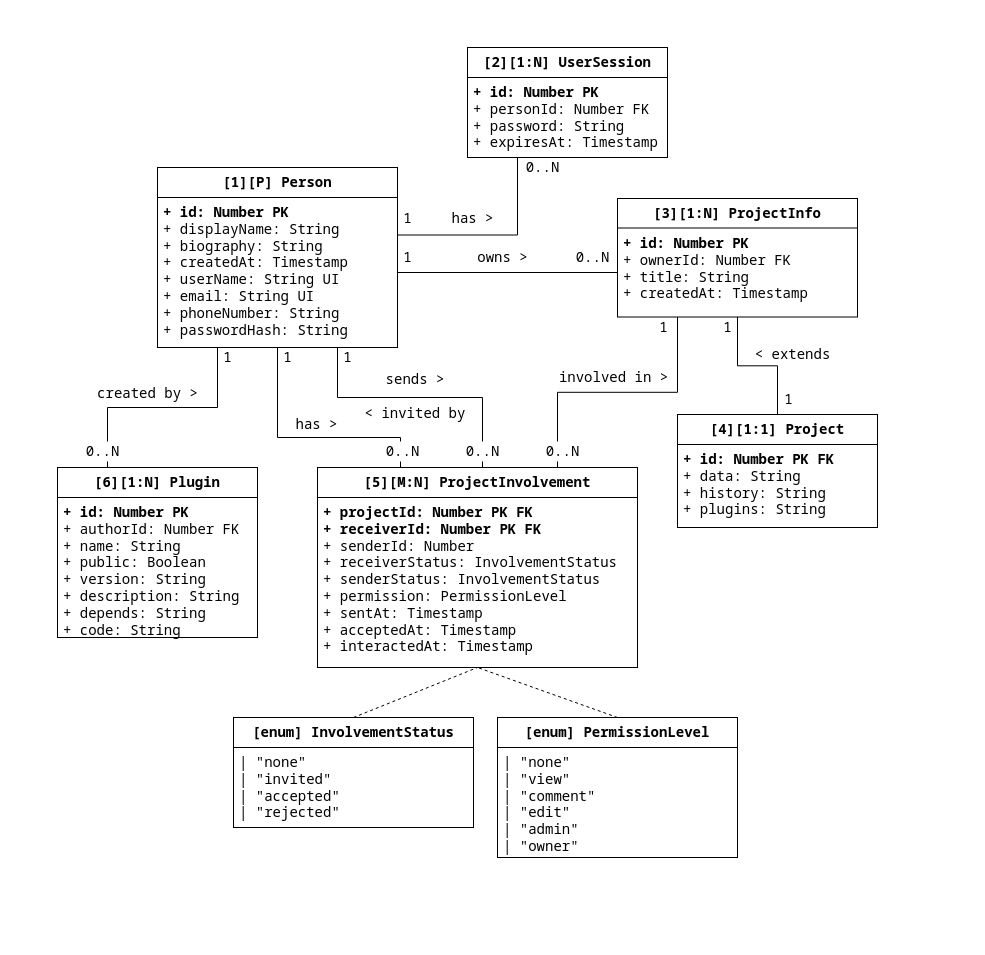
This is page "Relational" (1 of 2) of science-vis/datamodel.drawio from dmitriynaumov1024/proj, a draw.io file, before an edit. Source tidied: cells renumbered, new cells numbered last; positions are measured from the earlier drawing's top-left corner, leaving out a move shared by most shapes. Both pictures are drawn from the tidied source at 100%, with x=0, y=0 at pixel (57, 47).
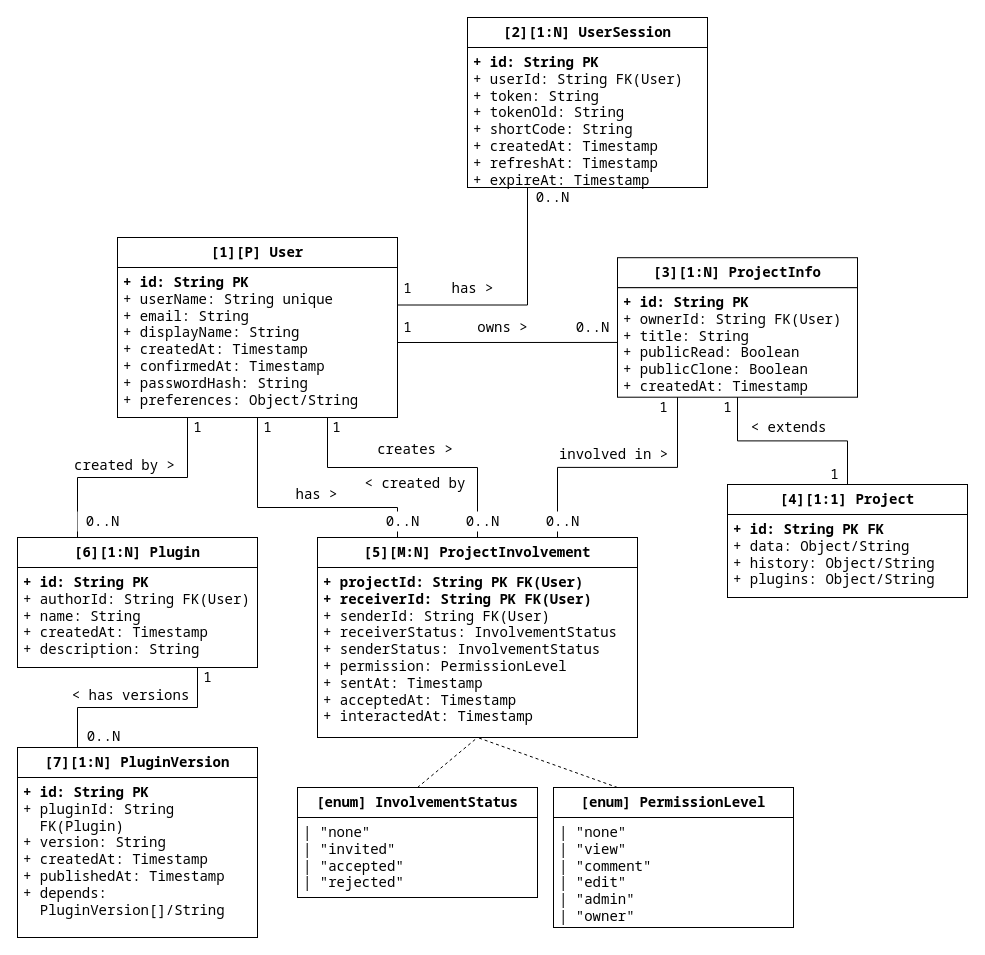
After the change.

What changed in the source:
```diff
@@
-    <mxCell id="2" value="[1][P] Person" style="rounded=0;whiteSpace=wrap;html=1;fontFamily=Noto Sans Mono;fontSize=14;fontStyle=1;" parent="1" vertex="1">
-      <mxGeometry x="100" y="120" width="240" height="30" as="geometry" />
+    <mxCell id="2" value="[1][P] User" style="rounded=0;whiteSpace=wrap;html=1;fontFamily=Noto Sans Mono;fontSize=14;fontStyle=1;" parent="1" vertex="1">
+      <mxGeometry x="60" y="190" width="280" height="30" as="geometry" />
     </mxCell>
     <mxCell id="3" value="[3][1:N] ProjectInfo" style="rounded=0;whiteSpace=wrap;html=1;fontFamily=Noto Sans Mono;fontSize=14;fontStyle=1;" parent="1" vertex="1">
-      <mxGeometry x="560" y="151" width="240" height="30" as="geometry" />
+      <mxGeometry x="560" y="210.2" width="240" height="30" as="geometry" />
     </mxCell>
@@
-    <mxCell id="5" style="edgeStyle=orthogonalEdgeStyle;rounded=0;jettySize=auto;html=1;exitX=1;exitY=0.25;exitDx=0;exitDy=0;entryX=0.25;entryY=1;entryDx=0;entryDy=0;endArrow=none;endFill=0;" parent="1" edge="1" source="6" target="30">
+    <mxCell id="5" style="edgeStyle=orthogonalEdgeStyle;rounded=0;jettySize=auto;html=1;exitX=1;exitY=0.25;exitDx=0;exitDy=0;endArrow=none;endFill=0;entryX=0.25;entryY=1;entryDx=0;entryDy=0;" parent="1" edge="1" source="6" target="30">
       <mxGeometry relative="1" as="geometry" />
     </mxCell>
-    <mxCell id="6" value="&lt;b&gt;+ id: Number PK&lt;/b&gt;&lt;br&gt;+ displayName: String&lt;br&gt;&lt;div&gt;+ biography: String&lt;/div&gt;&lt;div&gt;+ createdAt: Timestamp&lt;/div&gt;+ userName: String UI&lt;div&gt;+ email: String UI&lt;/div&gt;&lt;div&gt;+ phoneNumber: String&lt;/div&gt;&lt;div&gt;+ passwordHash: String&lt;/div&gt;" style="rounded=0;whiteSpace=wrap;html=1;fontFamily=Noto Sans Mono;fontSize=14;align=left;verticalAlign=top;spacingLeft=4;" parent="1" vertex="1">
-      <mxGeometry x="100" y="150" width="240" height="150" as="geometry" />
+    <mxCell id="6" value="&lt;div&gt;&lt;b&gt;+ id: String PK&lt;/b&gt;&lt;/div&gt;&lt;div&gt;+ userName: String unique&amp;nbsp;&lt;/div&gt;&lt;div&gt;+ email: String&lt;/div&gt;&lt;div&gt;+ displayName: String&lt;/div&gt;&lt;div&gt;+ createdAt: Timestamp&lt;/div&gt;&lt;div&gt;+ confirmedAt: Timestamp&lt;/div&gt;&lt;div&gt;+ passwordHash: String&lt;/div&gt;&lt;div&gt;+ preferences: Object/String&lt;/div&gt;" style="rounded=0;whiteSpace=wrap;html=1;fontFamily=Noto Sans Mono;fontSize=14;align=left;verticalAlign=top;spacingLeft=4;" parent="1" vertex="1">
+      <mxGeometry x="60" y="220" width="280" height="150" as="geometry" />
     </mxCell>
-    <mxCell id="7" value="&lt;div&gt;&lt;b&gt;+ id: Number PK&lt;/b&gt;&lt;/div&gt;&lt;div&gt;+ ownerId: Number FK&lt;/div&gt;&lt;div&gt;+ title: String&lt;/div&gt;&lt;div&gt;+ createdAt: Timestamp&lt;/div&gt;" style="rounded=0;whiteSpace=wrap;html=1;fontFamily=Noto Sans Mono;fontSize=14;align=left;verticalAlign=top;spacingLeft=4;" parent="1" vertex="1">
-      <mxGeometry x="560" y="180.5" width="240" height="89" as="geometry" />
+    <mxCell id="7" value="&lt;div&gt;&lt;b&gt;+ id: String PK&lt;/b&gt;&lt;/div&gt;&lt;div&gt;+ ownerId: String FK(User)&lt;/div&gt;&lt;div&gt;+ title: String&lt;/div&gt;&lt;div&gt;+ publicRead: Boolean&lt;/div&gt;&lt;div&gt;+ publicClone: Boolean&lt;/div&gt;&lt;div&gt;+ createdAt: Timestamp&lt;/div&gt;" style="rounded=0;whiteSpace=wrap;html=1;fontFamily=Noto Sans Mono;fontSize=14;align=left;verticalAlign=top;spacingLeft=4;" parent="1" vertex="1">
+      <mxGeometry x="560" y="240.2" width="240" height="109.5" as="geometry" />
     </mxCell>
-    <mxCell id="8" value="&lt;div&gt;&lt;b&gt;+ projectId: Number PK FK&lt;/b&gt;&lt;/div&gt;&lt;div&gt;&lt;b&gt;+ receiverId: Number PK FK&lt;/b&gt;&lt;/div&gt;&lt;div&gt;+ senderId: Number&lt;/div&gt;&lt;div&gt;+ receiverStatus: InvolvementStatus&lt;/div&gt;&lt;div&gt;+ senderStatus: InvolvementStatus&lt;/div&gt;&lt;div&gt;+ permission: PermissionLevel&lt;/div&gt;&lt;div&gt;+ sentAt: Timestamp&lt;/div&gt;&lt;div&gt;+ acceptedAt: Timestamp&lt;/div&gt;&lt;div&gt;+ interactedAt: Timestamp&lt;/div&gt;" style="rounded=0;whiteSpace=wrap;html=1;fontFamily=Noto Sans Mono;fontSize=14;align=left;verticalAlign=top;spacingLeft=4;" parent="1" vertex="1">
-      <mxGeometry x="260" y="450" width="320" height="170" as="geometry" />
+    <mxCell id="8" value="&lt;div&gt;&lt;b&gt;+ projectId: String PK FK(User)&lt;/b&gt;&lt;/div&gt;&lt;div&gt;&lt;b&gt;+ receiverId: String PK FK(User)&lt;/b&gt;&lt;/div&gt;&lt;div&gt;+ senderId: String FK(User)&lt;/div&gt;&lt;div&gt;+ receiverStatus: InvolvementStatus&lt;/div&gt;&lt;div&gt;+ senderStatus: InvolvementStatus&lt;/div&gt;&lt;div&gt;+ permission: PermissionLevel&lt;/div&gt;&lt;div&gt;+ sentAt: Timestamp&lt;/div&gt;&lt;div&gt;+ acceptedAt: Timestamp&lt;/div&gt;&lt;div&gt;+ interactedAt: Timestamp&lt;/div&gt;" style="rounded=0;whiteSpace=wrap;html=1;fontFamily=Noto Sans Mono;fontSize=14;align=left;verticalAlign=top;spacingLeft=4;" parent="1" vertex="1">
+      <mxGeometry x="260" y="520" width="320" height="170" as="geometry" />
     </mxCell>
@@
     <mxCell id="10" style="edgeStyle=orthogonalEdgeStyle;rounded=0;jettySize=auto;html=1;exitX=0.25;exitY=0;exitDx=0;exitDy=0;entryX=0.5;entryY=1;entryDx=0;entryDy=0;fontFamily=Noto Sans Mono;fontSize=14;endArrow=none;endFill=0;" parent="1" edge="1" source="12" target="6">
       <mxGeometry relative="1" as="geometry">
         <Array as="points">
-          <mxPoint x="343" y="390" />
-          <mxPoint x="220" y="390" />
+          <mxPoint x="340" y="460" />
+          <mxPoint x="200" y="460" />
         </Array>
       </mxGeometry>
     </mxCell>
     <mxCell id="11" style="edgeStyle=orthogonalEdgeStyle;rounded=0;jettySize=auto;html=1;exitX=0.5;exitY=0;exitDx=0;exitDy=0;entryX=0.75;entryY=1;entryDx=0;entryDy=0;fontFamily=Noto Sans Mono;fontSize=14;endArrow=none;endFill=0;" parent="1" edge="1" source="12" target="6">
       <mxGeometry relative="1" as="geometry">
         <Array as="points">
-          <mxPoint x="425" y="350" />
-          <mxPoint x="280" y="350" />
+          <mxPoint x="420" y="420" />
+          <mxPoint x="270" y="420" />
         </Array>
       </mxGeometry>
     </mxCell>
     <mxCell id="12" value="[5][M:N] ProjectInvolvement" style="rounded=0;whiteSpace=wrap;html=1;fontFamily=Noto Sans Mono;fontSize=14;fontStyle=1;" parent="1" vertex="1">
-      <mxGeometry x="260" y="420" width="320" height="30" as="geometry" />
+      <mxGeometry x="260" y="490" width="320" height="30" as="geometry" />
     </mxCell>
-    <mxCell id="13" value="sends &amp;gt;&lt;br&gt;&lt;br&gt;&amp;lt; invited by" style="text;html=1;strokeColor=none;fillColor=none;align=center;verticalAlign=middle;whiteSpace=wrap;rounded=0;fontFamily=Noto Sans Mono;fontSize=14;" parent="1" vertex="1">
-      <mxGeometry x="300" y="339" width="116" height="20" as="geometry" />
+    <mxCell id="13" value="creates &amp;gt;&lt;br&gt;&lt;br&gt;&amp;lt; created by" style="text;html=1;strokeColor=none;fillColor=none;align=center;verticalAlign=middle;whiteSpace=wrap;rounded=0;fontFamily=Noto Sans Mono;fontSize=14;" parent="1" vertex="1">
+      <mxGeometry x="300" y="409" width="116" height="20" as="geometry" />
     </mxCell>
     <mxCell id="14" value="0..N" style="text;html=1;align=center;verticalAlign=middle;strokeColor=none;fillColor=default;fontSize=14;fontFamily=Noto Sans Mono;" parent="1" vertex="1">
-      <mxGeometry x="400" y="394" width="50" height="20" as="geometry" />
+      <mxGeometry x="400" y="464" width="50" height="20" as="geometry" />
     </mxCell>
     <mxCell id="15" value="1" style="text;html=1;align=center;verticalAlign=middle;strokeColor=none;fillColor=none;fontSize=14;fontFamily=Noto Sans Mono;" parent="1" vertex="1">
-      <mxGeometry x="280" y="300" width="20" height="20" as="geometry" />
+      <mxGeometry x="269" y="370" width="20" height="20" as="geometry" />
     </mxCell>
     <mxCell id="16" value="owns &amp;gt;" style="text;html=1;align=center;verticalAlign=middle;strokeColor=none;fillColor=none;fontSize=14;fontFamily=Noto Sans Mono;" parent="1" vertex="1">
-      <mxGeometry x="410" y="200" width="70" height="20" as="geometry" />
+      <mxGeometry x="410" y="270" width="70" height="20" as="geometry" />
     </mxCell>
     <mxCell id="17" value="0..N" style="text;html=1;align=center;verticalAlign=middle;strokeColor=none;fillColor=none;fontSize=14;fontFamily=Noto Sans Mono;" parent="1" vertex="1">
-      <mxGeometry x="510" y="200" width="50" height="20" as="geometry" />
+      <mxGeometry x="510" y="270" width="50" height="20" as="geometry" />
     </mxCell>
     <mxCell id="18" value="1" style="text;html=1;align=center;verticalAlign=middle;strokeColor=none;fillColor=none;fontSize=14;fontFamily=Noto Sans Mono;" parent="1" vertex="1">
-      <mxGeometry x="340" y="200" width="20" height="20" as="geometry" />
+      <mxGeometry x="340" y="270" width="20" height="20" as="geometry" />
     </mxCell>
     <mxCell id="19" value="1" style="text;html=1;align=center;verticalAlign=middle;strokeColor=none;fillColor=none;fontSize=14;fontFamily=Noto Sans Mono;" parent="1" vertex="1">
-      <mxGeometry x="220" y="300" width="20" height="20" as="geometry" />
+      <mxGeometry x="200" y="370" width="20" height="20" as="geometry" />
     </mxCell>
     <mxCell id="20" value="has &amp;gt;" style="text;html=1;align=center;verticalAlign=middle;strokeColor=none;fillColor=none;fontSize=14;fontFamily=Noto Sans Mono;" parent="1" vertex="1">
-      <mxGeometry x="229" y="367" width="60" height="20" as="geometry" />
+      <mxGeometry x="229" y="437" width="60" height="20" as="geometry" />
     </mxCell>
     <mxCell id="21" value="involved in &amp;gt;" style="text;html=1;align=center;verticalAlign=middle;strokeColor=none;fillColor=none;fontSize=14;fontFamily=Noto Sans Mono;" parent="1" vertex="1">
-      <mxGeometry x="496" y="320" width="120" height="20" as="geometry" />
+      <mxGeometry x="496" y="397" width="120" height="20" as="geometry" />
     </mxCell>
     <mxCell id="22" value="1" style="text;html=1;align=center;verticalAlign=middle;strokeColor=none;fillColor=none;fontSize=14;fontFamily=Noto Sans Mono;" parent="1" vertex="1">
-      <mxGeometry x="596" y="270" width="20" height="20" as="geometry" />
+      <mxGeometry x="596" y="349.8" width="20" height="20" as="geometry" />
     </mxCell>
     <mxCell id="23" value="0..N" style="text;html=1;align=center;verticalAlign=middle;strokeColor=none;fillColor=default;fontSize=14;fontFamily=Noto Sans Mono;" parent="1" vertex="1">
-      <mxGeometry x="480" y="394" width="50" height="20" as="geometry" />
+      <mxGeometry x="480" y="464" width="50" height="20" as="geometry" />
     </mxCell>
     <mxCell id="24" value="0..N" style="text;html=1;align=center;verticalAlign=middle;strokeColor=none;fillColor=default;fontSize=14;fontFamily=Noto Sans Mono;" parent="1" vertex="1">
-      <mxGeometry x="320" y="394" width="50" height="20" as="geometry" />
+      <mxGeometry x="320" y="464" width="50" height="20" as="geometry" />
     </mxCell>
     <mxCell id="25" value="[enum] PermissionLevel" style="rounded=0;whiteSpace=wrap;html=1;fontFamily=Noto Sans Mono;fontSize=14;fontStyle=1;" parent="1" vertex="1">
-      <mxGeometry x="440" y="670" width="240" height="30" as="geometry" />
+      <mxGeometry x="496" y="740" width="240" height="30" as="geometry" />
     </mxCell>
     <mxCell id="26" value="&lt;div&gt;| &quot;none&quot;&lt;/div&gt;&lt;div&gt;| &quot;view&quot;&lt;/div&gt;&lt;div&gt;| &quot;comment&quot;&lt;/div&gt;&lt;div&gt;| &quot;edit&quot;&lt;/div&gt;&lt;div&gt;| &quot;admin&quot;&lt;/div&gt;&lt;div&gt;| &quot;owner&quot;&lt;/div&gt;" style="rounded=0;whiteSpace=wrap;html=1;fontFamily=Noto Sans Mono;fontSize=14;align=left;verticalAlign=top;spacingLeft=4;" parent="1" vertex="1">
-      <mxGeometry x="440" y="700" width="240" height="110" as="geometry" />
+      <mxGeometry x="496" y="770" width="240" height="110" as="geometry" />
     </mxCell>
     <mxCell id="27" value="[enum] InvolvementStatus" style="rounded=0;whiteSpace=wrap;html=1;fontFamily=Noto Sans Mono;fontSize=14;fontStyle=1;" parent="1" vertex="1">
-      <mxGeometry x="176" y="670" width="240" height="30" as="geometry" />
+      <mxGeometry x="240" y="740" width="240" height="30" as="geometry" />
     </mxCell>
     <mxCell id="28" value="&lt;div&gt;| &quot;none&quot;&lt;/div&gt;&lt;div&gt;| &quot;invited&quot;&lt;/div&gt;&lt;div&gt;| &quot;accepted&quot;&lt;/div&gt;&lt;div&gt;| &quot;rejected&quot;&lt;/div&gt;" style="rounded=0;whiteSpace=wrap;html=1;fontFamily=Noto Sans Mono;fontSize=14;align=left;verticalAlign=top;spacingLeft=4;" parent="1" vertex="1">
-      <mxGeometry x="176" y="700" width="240" height="80" as="geometry" />
+      <mxGeometry x="240" y="770" width="240" height="80" as="geometry" />
     </mxCell>
     <mxCell id="29" value="[2][1:N] UserSession" style="rounded=0;whiteSpace=wrap;html=1;fontFamily=Noto Sans Mono;fontSize=14;fontStyle=1;" parent="1" vertex="1">
-      <mxGeometry x="410" width="200" height="30" as="geometry" />
+      <mxGeometry x="410" y="-30" width="240" height="30" as="geometry" />
     </mxCell>
-    <mxCell id="30" value="&lt;div&gt;&lt;b&gt;+ id: Number PK&lt;/b&gt;&lt;/div&gt;&lt;div&gt;+ personId: Number FK&lt;/div&gt;&lt;div&gt;+ password: String&lt;br&gt;&lt;/div&gt;&lt;div&gt;+ expiresAt: Timestamp&lt;/div&gt;" style="rounded=0;whiteSpace=wrap;html=1;fontFamily=Noto Sans Mono;fontSize=14;align=left;verticalAlign=top;spacingLeft=4;" parent="1" vertex="1">
-      <mxGeometry x="410" y="30" width="200" height="80" as="geometry" />
+    <mxCell id="30" value="&lt;div&gt;&lt;b&gt;+ id: String PK&lt;/b&gt;&lt;/div&gt;&lt;div&gt;+ userId: String FK(User)&lt;/div&gt;&lt;div&gt;+ token: String&lt;/div&gt;&lt;div&gt;+ tokenOld: String&lt;/div&gt;&lt;div&gt;+ shortCode: String&lt;/div&gt;&lt;div&gt;+ createdAt: Timestamp&lt;/div&gt;&lt;div&gt;+ refreshAt: Timestamp&lt;/div&gt;&lt;div&gt;+ expireAt: Timestamp&lt;/div&gt;" style="rounded=0;whiteSpace=wrap;html=1;fontFamily=Noto Sans Mono;fontSize=14;align=left;verticalAlign=top;spacingLeft=4;" parent="1" vertex="1">
+      <mxGeometry x="410" width="240" height="140" as="geometry" />
     </mxCell>
     <mxCell id="31" value="0..N" style="text;html=1;align=center;verticalAlign=middle;strokeColor=none;fillColor=none;fontFamily=Noto Sans Mono;fontSize=14;" parent="1" vertex="1">
-      <mxGeometry x="460" y="110" width="50" height="20" as="geometry" />
+      <mxGeometry x="470" y="140" width="50" height="20" as="geometry" />
     </mxCell>
     <mxCell id="32" value="1" style="text;html=1;align=center;verticalAlign=middle;strokeColor=none;fillColor=none;fontSize=14;fontFamily=Noto Sans Mono;" parent="1" vertex="1">
-      <mxGeometry x="340" y="161" width="20" height="20" as="geometry" />
+      <mxGeometry x="340" y="231" width="20" height="20" as="geometry" />
     </mxCell>
     <mxCell id="33" value="has &amp;gt;" style="text;html=1;align=center;verticalAlign=middle;strokeColor=none;fillColor=none;fontSize=14;fontFamily=Noto Sans Mono;" parent="1" vertex="1">
-      <mxGeometry x="385" y="161" width="60" height="20" as="geometry" />
+      <mxGeometry x="385" y="231" width="60" height="20" as="geometry" />
     </mxCell>
@@
     <mxCell id="35" style="endArrow=none;dashed=1;html=1;rounded=0;entryX=0.5;entryY=1;entryDx=0;entryDy=0;" parent="1" edge="1" target="8">
       <mxGeometry relative="1" as="geometry">
-        <mxPoint x="560" y="670" as="sourcePoint" />
+        <mxPoint x="560" y="740" as="sourcePoint" />
       </mxGeometry>
     </mxCell>
-    <mxCell id="36" value="&lt;div&gt;&lt;b&gt;+ id: Number PK FK&lt;/b&gt;&lt;/div&gt;&lt;div&gt;+ data: String&lt;br&gt;+ history: String&lt;/div&gt;&lt;div&gt;+ plugins: String&lt;/div&gt;" style="rounded=0;whiteSpace=wrap;html=1;fontFamily=Noto Sans Mono;fontSize=14;align=left;verticalAlign=top;spacingLeft=4;" parent="1" vertex="1">
-      <mxGeometry x="620" y="397" width="200" height="83" as="geometry" />
+    <mxCell id="36" value="&lt;div&gt;&lt;b&gt;+ id: String PK FK&lt;/b&gt;&lt;/div&gt;&lt;div&gt;+ data: Object/String&lt;br&gt;+ history: Object/String&lt;/div&gt;&lt;div&gt;+ plugins: Object/String&lt;/div&gt;" style="rounded=0;whiteSpace=wrap;html=1;fontFamily=Noto Sans Mono;fontSize=14;align=left;verticalAlign=top;spacingLeft=4;" parent="1" vertex="1">
+      <mxGeometry x="670" y="467" width="240" height="83" as="geometry" />
     </mxCell>
     <mxCell id="37" value="[4][1:1] Project" style="rounded=0;whiteSpace=wrap;html=1;fontFamily=Noto Sans Mono;fontSize=14;fontStyle=1;" parent="1" vertex="1">
-      <mxGeometry x="620" y="367" width="200" height="30" as="geometry" />
+      <mxGeometry x="670" y="437" width="240" height="30" as="geometry" />
     </mxCell>
@@
     <mxCell id="39" value="&amp;lt; extends" style="text;html=1;align=center;verticalAlign=middle;strokeColor=none;fillColor=none;fontSize=14;fontFamily=Noto Sans Mono;" parent="1" vertex="1">
-      <mxGeometry x="690" y="297" width="90" height="20" as="geometry" />
+      <mxGeometry x="686" y="370" width="90" height="20" as="geometry" />
     </mxCell>
     <mxCell id="40" value="1" style="text;html=1;align=center;verticalAlign=middle;strokeColor=none;fillColor=none;fontSize=14;fontFamily=Noto Sans Mono;" parent="1" vertex="1">
-      <mxGeometry x="660" y="270" width="20" height="20" as="geometry" />
+      <mxGeometry x="660" y="350" width="20" height="20" as="geometry" />
     </mxCell>
     <mxCell id="41" value="1" style="text;html=1;align=center;verticalAlign=middle;strokeColor=none;fillColor=none;fontSize=14;fontFamily=Noto Sans Mono;" parent="1" vertex="1">
-      <mxGeometry x="721" y="342" width="20" height="20" as="geometry" />
+      <mxGeometry x="767" y="417" width="20" height="20" as="geometry" />
     </mxCell>
     <mxCell id="42" value="[6][1:N] Plugin" style="rounded=0;whiteSpace=wrap;html=1;fontFamily=Noto Sans Mono;fontSize=14;fontStyle=1;" parent="1" vertex="1">
-      <mxGeometry y="420" width="200" height="30" as="geometry" />
+      <mxGeometry x="-40" y="490" width="240" height="30" as="geometry" />
     </mxCell>
-    <mxCell id="43" value="&lt;div&gt;&lt;b&gt;+ id: Number PK&lt;/b&gt;&lt;/div&gt;&lt;div&gt;+ authorId: Number FK&lt;/div&gt;&lt;div&gt;+ name: String&amp;nbsp;&lt;/div&gt;&lt;div&gt;+ public: Boolean&lt;/div&gt;&lt;div&gt;+ version: String&lt;/div&gt;&lt;div&gt;+ description: String&lt;/div&gt;&lt;div&gt;+ depends: String&lt;/div&gt;&lt;div&gt;+ code: String&lt;/div&gt;" style="rounded=0;whiteSpace=wrap;html=1;fontFamily=Noto Sans Mono;fontSize=14;align=left;verticalAlign=top;spacingLeft=4;" parent="1" vertex="1">
-      <mxGeometry y="450" width="200" height="140" as="geometry" />
+    <mxCell id="43" value="&lt;div&gt;&lt;b&gt;+ id: String PK&lt;/b&gt;&lt;/div&gt;&lt;div&gt;+ authorId: String FK(User)&lt;/div&gt;&lt;div&gt;+ name: String&amp;nbsp;&lt;/div&gt;&lt;div&gt;+ createdAt: Timestamp&lt;/div&gt;&lt;div&gt;+ description: String&lt;/div&gt;&lt;div&gt;&lt;br&gt;&lt;/div&gt;" style="rounded=0;whiteSpace=wrap;html=1;fontFamily=Noto Sans Mono;fontSize=14;align=left;verticalAlign=top;spacingLeft=4;" parent="1" vertex="1">
+      <mxGeometry x="-40" y="520" width="240" height="100" as="geometry" />
     </mxCell>
@@
     <mxCell id="45" value="created by &amp;gt;" style="text;html=1;align=center;verticalAlign=middle;strokeColor=none;fillColor=none;fontSize=14;fontFamily=Noto Sans Mono;" parent="1" vertex="1">
-      <mxGeometry x="30" y="336" width="120" height="20" as="geometry" />
+      <mxGeometry x="7" y="408" width="120" height="20" as="geometry" />
     </mxCell>
     <mxCell id="46" value="1" style="text;html=1;align=center;verticalAlign=middle;strokeColor=none;fillColor=none;fontSize=14;fontFamily=Noto Sans Mono;" parent="1" vertex="1">
-      <mxGeometry x="160" y="300" width="20" height="20" as="geometry" />
+      <mxGeometry x="130" y="370" width="20" height="20" as="geometry" />
     </mxCell>
     <mxCell id="47" value="0..N" style="text;html=1;align=center;verticalAlign=middle;strokeColor=none;fillColor=default;fontSize=14;fontFamily=Noto Sans Mono;" parent="1" vertex="1">
-      <mxGeometry x="20" y="394" width="50" height="20" as="geometry" />
+      <mxGeometry x="20" y="464" width="50" height="20" as="geometry" />
     </mxCell>
+    <mxCell id="48" value="&lt;div&gt;&lt;div&gt;&lt;b&gt;+ id: String PK&lt;/b&gt;&lt;/div&gt;&lt;div&gt;+ pluginId: String&lt;/div&gt;&lt;div&gt;&amp;nbsp; FK(Plugin)&lt;/div&gt;&lt;div&gt;+ version: String&lt;/div&gt;&lt;div&gt;+ createdAt: Timestamp&lt;/div&gt;&lt;div&gt;+ publishedAt: Timestamp&lt;/div&gt;&lt;div&gt;+ depends:&lt;/div&gt;&lt;div&gt;&amp;nbsp; PluginVersion[]/String&lt;/div&gt;&lt;/div&gt;" style="rounded=0;whiteSpace=wrap;html=1;fontFamily=Noto Sans Mono;fontSize=14;align=left;verticalAlign=top;spacingLeft=4;" parent="1" vertex="1">
+      <mxGeometry x="-40" y="730" width="240" height="160" as="geometry" />
+    </mxCell>
+    <mxCell id="49" value="[7][1:N] PluginVersion" style="rounded=0;whiteSpace=wrap;html=1;fontFamily=Noto Sans Mono;fontSize=14;fontStyle=1;" parent="1" vertex="1">
+      <mxGeometry x="-40" y="700" width="240" height="30" as="geometry" />
+    </mxCell>
+    <mxCell id="50" style="edgeStyle=orthogonalEdgeStyle;rounded=0;jettySize=auto;html=1;exitX=0.25;exitY=0;exitDx=0;exitDy=0;entryX=0.75;entryY=1;entryDx=0;entryDy=0;fontFamily=Noto Sans Mono;fontSize=14;endArrow=none;endFill=0;" parent="1" edge="1" source="49" target="43">
+      <mxGeometry relative="1" as="geometry" />
+    </mxCell>
+    <mxCell id="51" value="0..N" style="text;html=1;align=center;verticalAlign=middle;strokeColor=none;fillColor=default;fontSize=14;fontFamily=Noto Sans Mono;" parent="1" vertex="1">
+      <mxGeometry x="21" y="679" width="50" height="20" as="geometry" />
+    </mxCell>
+    <mxCell id="52" value="1" style="text;html=1;align=center;verticalAlign=middle;strokeColor=none;fillColor=none;fontSize=14;fontFamily=Noto Sans Mono;" parent="1" vertex="1">
+      <mxGeometry x="140" y="620" width="20" height="20" as="geometry" />
+    </mxCell>
+    <mxCell id="53" value="&amp;lt; has versions" style="text;html=1;align=center;verticalAlign=middle;strokeColor=none;fillColor=none;fontSize=14;fontFamily=Noto Sans Mono;" parent="1" vertex="1">
+      <mxGeometry x="8" y="638" width="130" height="20" as="geometry" />
+    </mxCell>
```
